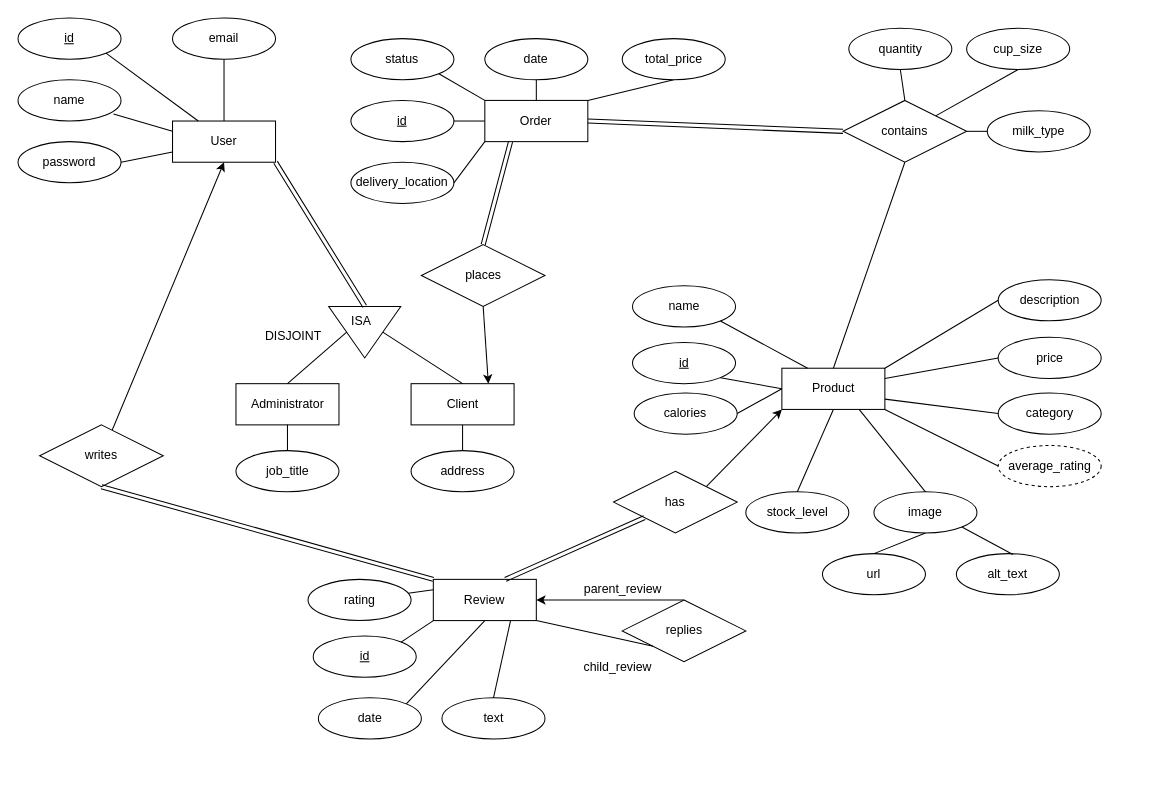
The draw.io diagram resources/diagrams/erd.dio in steamysips/steamy-sips, before the edit. Source tidied: cells renumbered, new cells numbered last; positions are measured from the earlier drawing's top-left corner, leaving out a move shared by most shapes. Both pictures are drawn from the tidied source at 103%, with x=0, y=0 at pixel (18, 18).
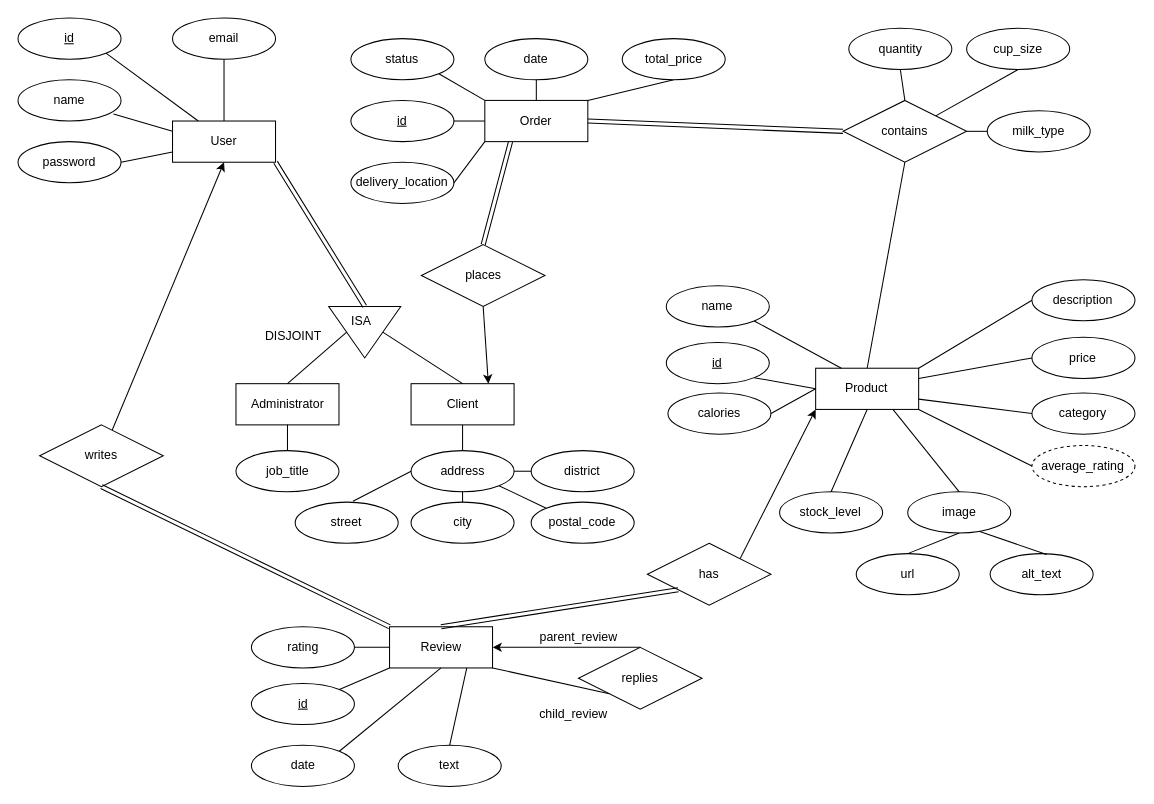
The same page after the edit.

Commit message:
make address a composite attribute

Unchanged cells that the change refers to:
```xml
<mxCell id="43" value="address" style="ellipse;whiteSpace=wrap;html=1;align=center;" parent="1" vertex="1">
  <mxGeometry x="381.6" y="420" width="100" height="40" as="geometry" />
</mxCell>
```

What changed in the source:
```diff
@@
     <mxCell id="2" value="Product" style="whiteSpace=wrap;html=1;align=center;" parent="1" vertex="1">
-      <mxGeometry x="741.6" y="340" width="100" height="40" as="geometry" />
+      <mxGeometry x="774.4" y="340" width="100" height="40" as="geometry" />
     </mxCell>
     <mxCell id="3" value="&lt;u&gt;id&lt;/u&gt;" style="ellipse;whiteSpace=wrap;html=1;align=center;" parent="1" vertex="1">
-      <mxGeometry x="596.6" y="315" width="100" height="40" as="geometry" />
+      <mxGeometry x="629.4" y="315" width="100" height="40" as="geometry" />
     </mxCell>
     <mxCell id="4" value="name" style="ellipse;whiteSpace=wrap;html=1;align=center;" parent="1" vertex="1">
-      <mxGeometry x="596.6" y="260" width="100" height="40" as="geometry" />
+      <mxGeometry x="629.4" y="260" width="100" height="40" as="geometry" />
     </mxCell>
     <mxCell id="5" value="description" style="ellipse;whiteSpace=wrap;html=1;align=center;" parent="1" vertex="1">
-      <mxGeometry x="951.6" y="254" width="100" height="40" as="geometry" />
+      <mxGeometry x="984.4" y="254" width="100" height="40" as="geometry" />
     </mxCell>
     <mxCell id="6" value="price" style="ellipse;whiteSpace=wrap;html=1;align=center;" parent="1" vertex="1">
-      <mxGeometry x="951.6" y="310" width="100" height="40" as="geometry" />
+      <mxGeometry x="984.4" y="310" width="100" height="40" as="geometry" />
     </mxCell>
     <mxCell id="7" value="average_rating" style="ellipse;whiteSpace=wrap;html=1;align=center;dashed=1;" parent="1" vertex="1">
-      <mxGeometry x="951.6" y="415" width="100" height="40" as="geometry" />
+      <mxGeometry x="984.4" y="415" width="100" height="40" as="geometry" />
     </mxCell>
     <mxCell id="8" value="stock_level" style="ellipse;whiteSpace=wrap;html=1;align=center;" parent="1" vertex="1">
-      <mxGeometry x="706.6" y="460" width="100" height="40" as="geometry" />
+      <mxGeometry x="739.4" y="460" width="100" height="40" as="geometry" />
     </mxCell>
@@
     <mxCell id="10" value="Review" style="whiteSpace=wrap;html=1;align=center;" parent="1" vertex="1">
-      <mxGeometry x="403.2" y="545" width="100" height="40" as="geometry" />
+      <mxGeometry x="360.7" y="591" width="100" height="40" as="geometry" />
     </mxCell>
@@
     <mxCell id="14" value="has" style="shape=rhombus;perimeter=rhombusPerimeter;whiteSpace=wrap;html=1;align=center;" parent="1" vertex="1">
-      <mxGeometry x="578.2" y="440" width="120" height="60" as="geometry" />
+      <mxGeometry x="611" y="510" width="120" height="60" as="geometry" />
     </mxCell>
@@
     <mxCell id="16" value="&lt;u&gt;id&lt;/u&gt;" style="ellipse;whiteSpace=wrap;html=1;align=center;" parent="1" vertex="1">
-      <mxGeometry x="286.6" y="600" width="100" height="40" as="geometry" />
+      <mxGeometry x="226.6" y="646" width="100" height="40" as="geometry" />
     </mxCell>
@@
     <mxCell id="18" value="date" style="ellipse;whiteSpace=wrap;html=1;align=center;" parent="1" vertex="1">
-      <mxGeometry x="291.6" y="660" width="100" height="40" as="geometry" />
+      <mxGeometry x="226.6" y="706" width="100" height="40" as="geometry" />
     </mxCell>
     <mxCell id="19" value="rating" style="ellipse;whiteSpace=wrap;html=1;align=center;" parent="1" vertex="1">
-      <mxGeometry x="281.6" y="545" width="100" height="40" as="geometry" />
+      <mxGeometry x="226.6" y="591" width="100" height="40" as="geometry" />
     </mxCell>
-    <mxCell id="20" style="shape=link;html=1;rounded=0;exitX=0.7;exitY=0;exitDx=0;exitDy=0;entryX=0;entryY=1;entryDx=0;entryDy=0;exitPerimeter=0;" parent="1" edge="1" source="10" target="14">
+    <mxCell id="20" style="shape=link;html=1;rounded=0;entryX=0;entryY=1;entryDx=0;entryDy=0;exitX=0.5;exitY=0;exitDx=0;exitDy=0;" parent="1" edge="1" source="10" target="14">
       <mxGeometry relative="1" as="geometry" />
     </mxCell>
@@
-    <mxCell id="28" style="endArrow=none;html=1;rounded=0;entryX=0;entryY=0.25;entryDx=0;entryDy=0;" parent="1" edge="1" source="19" target="10">
+    <mxCell id="28" style="endArrow=none;html=1;rounded=0;entryX=0;entryY=0.5;entryDx=0;entryDy=0;" parent="1" edge="1" source="19" target="10">
       <mxGeometry relative="1" as="geometry" />
     </mxCell>
@@
     <mxCell id="41" value="category" style="ellipse;whiteSpace=wrap;html=1;align=center;" parent="1" vertex="1">
-      <mxGeometry x="951.6" y="364" width="100" height="40" as="geometry" />
+      <mxGeometry x="984.4" y="364" width="100" height="40" as="geometry" />
     </mxCell>
@@
     <mxCell id="45" value="image" style="ellipse;whiteSpace=wrap;html=1;align=center;" parent="1" vertex="1">
-      <mxGeometry x="831" y="460" width="100" height="40" as="geometry" />
+      <mxGeometry x="863.8" y="460" width="100" height="40" as="geometry" />
     </mxCell>
@@
     <mxCell id="68" value="replies" style="shape=rhombus;perimeter=rhombusPerimeter;whiteSpace=wrap;html=1;align=center;" parent="1" vertex="1">
-      <mxGeometry x="586.6" y="565" width="120" height="60" as="geometry" />
+      <mxGeometry x="544.1" y="611" width="120" height="60" as="geometry" />
     </mxCell>
@@
     <mxCell id="70" value="parent_review" style="text;html=1;align=center;verticalAlign=middle;strokeColor=none;fillColor=none;" parent="1" vertex="1">
-      <mxGeometry x="536.6" y="540" width="100" height="30" as="geometry" />
+      <mxGeometry x="494.1" y="586" width="100" height="30" as="geometry" />
     </mxCell>
     <mxCell id="71" value="child_review" style="text;html=1;align=center;verticalAlign=middle;strokeColor=none;fillColor=none;" parent="1" vertex="1">
-      <mxGeometry x="536.6" y="615" width="90" height="30" as="geometry" />
+      <mxGeometry x="494.1" y="661" width="90" height="30" as="geometry" />
     </mxCell>
@@
     <mxCell id="74" value="text" style="ellipse;whiteSpace=wrap;html=1;align=center;" parent="1" vertex="1">
-      <mxGeometry x="411.6" y="660" width="100" height="40" as="geometry" />
+      <mxGeometry x="369.1" y="706" width="100" height="40" as="geometry" />
     </mxCell>
@@
     <mxCell id="76" value="calories" style="ellipse;whiteSpace=wrap;html=1;align=center;" parent="1" vertex="1">
-      <mxGeometry x="598.2" y="364" width="100" height="40" as="geometry" />
+      <mxGeometry x="631" y="364" width="100" height="40" as="geometry" />
     </mxCell>
@@
     <mxCell id="85" value="url" style="ellipse;whiteSpace=wrap;html=1;align=center;" parent="1" vertex="1">
-      <mxGeometry x="781" y="520" width="100" height="40" as="geometry" />
+      <mxGeometry x="813.8" y="520" width="100" height="40" as="geometry" />
     </mxCell>
     <mxCell id="86" value="alt_text" style="ellipse;whiteSpace=wrap;html=1;align=center;" parent="1" vertex="1">
-      <mxGeometry x="911" y="520" width="100" height="40" as="geometry" />
+      <mxGeometry x="943.8" y="520" width="100" height="40" as="geometry" />
     </mxCell>
-    <mxCell id="87" style="endArrow=none;html=1;rounded=0;exitX=1;exitY=1;exitDx=0;exitDy=0;entryX=0.549;entryY=0.021;entryDx=0;entryDy=0;entryPerimeter=0;" parent="1" edge="1" source="45" target="86">
+    <mxCell id="87" style="endArrow=none;html=1;rounded=0;exitX=0.692;exitY=0.957;exitDx=0;exitDy=0;entryX=0.549;entryY=0.021;entryDx=0;entryDy=0;entryPerimeter=0;exitPerimeter=0;" parent="1" edge="1" source="45" target="86">
       <mxGeometry relative="1" as="geometry" />
     </mxCell>
@@
+    <mxCell id="89" value="street" style="ellipse;whiteSpace=wrap;html=1;align=center;" parent="1" vertex="1">
+      <mxGeometry x="269.1" y="470" width="100" height="40" as="geometry" />
+    </mxCell>
+    <mxCell id="90" value="city" style="ellipse;whiteSpace=wrap;html=1;align=center;" parent="1" vertex="1">
+      <mxGeometry x="381.6" y="470" width="100" height="40" as="geometry" />
+    </mxCell>
+    <mxCell id="91" value="district" style="ellipse;whiteSpace=wrap;html=1;align=center;" parent="1" vertex="1">
+      <mxGeometry x="498.2" y="420" width="100" height="40" as="geometry" />
+    </mxCell>
+    <mxCell id="92" value="postal_code" style="ellipse;whiteSpace=wrap;html=1;align=center;" parent="1" vertex="1">
+      <mxGeometry x="498.2" y="470" width="100" height="40" as="geometry" />
+    </mxCell>
+    <mxCell id="93" style="endArrow=none;html=1;rounded=0;exitX=0;exitY=0.5;exitDx=0;exitDy=0;entryX=0.561;entryY=-0.02;entryDx=0;entryDy=0;entryPerimeter=0;" parent="1" edge="1" source="43" target="89">
+      <mxGeometry relative="1" as="geometry" />
+    </mxCell>
+    <mxCell id="94" style="endArrow=none;html=1;rounded=0;exitX=0.5;exitY=1;exitDx=0;exitDy=0;entryX=0.5;entryY=0;entryDx=0;entryDy=0;" parent="1" edge="1" source="43" target="90">
+      <mxGeometry relative="1" as="geometry" />
+    </mxCell>
+    <mxCell id="95" style="endArrow=none;html=1;rounded=0;exitX=0;exitY=0;exitDx=0;exitDy=0;entryX=1;entryY=1;entryDx=0;entryDy=0;" parent="1" edge="1" source="92" target="43">
+      <mxGeometry relative="1" as="geometry" />
+    </mxCell>
+    <mxCell id="96" style="endArrow=none;html=1;rounded=0;exitX=0;exitY=0.5;exitDx=0;exitDy=0;entryX=1;entryY=0.5;entryDx=0;entryDy=0;" parent="1" edge="1" source="91" target="43">
+      <mxGeometry relative="1" as="geometry" />
+    </mxCell>
```
